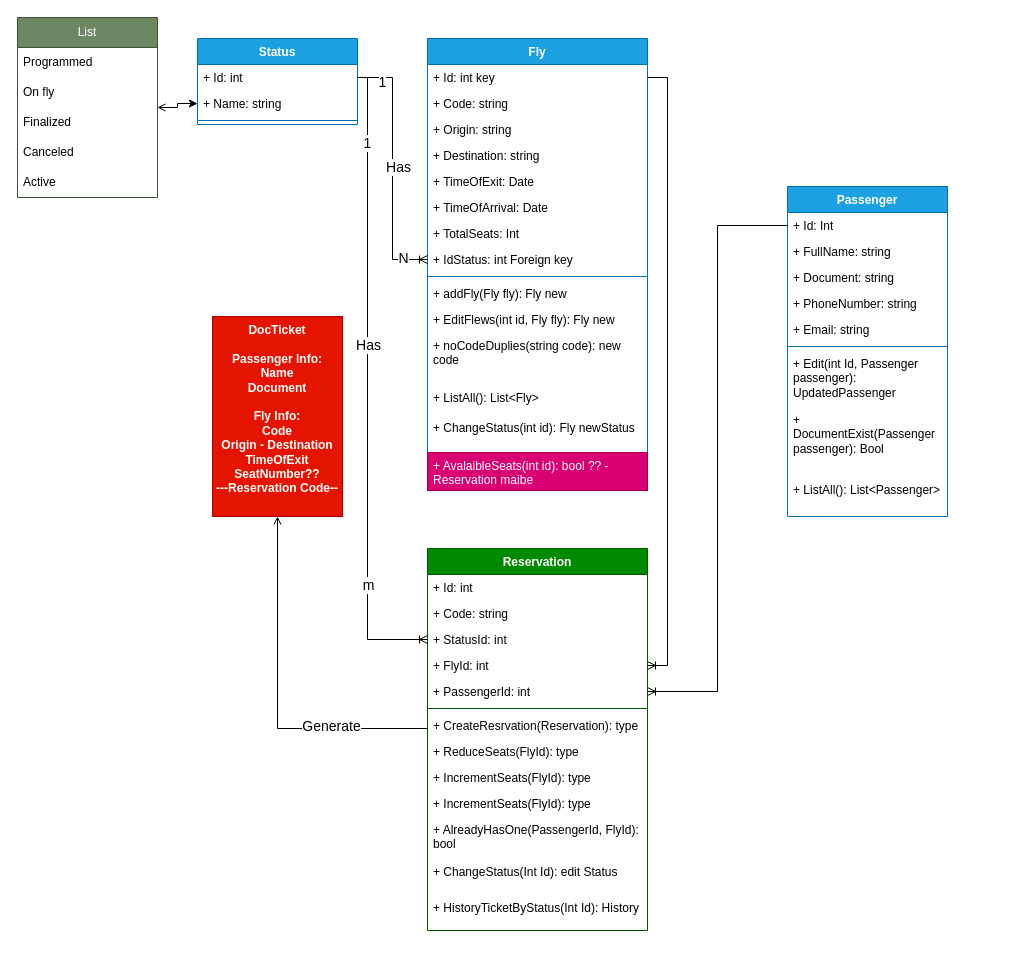
JavierDevPro/PruebaSkyTravelOn keeps this draw.io diagram as SkyTravelOn.drawio. Above is the earlier version. Source tidied: cells renumbered, new cells numbered last; positions are measured from the earlier drawing's top-left corner, leaving out a move shared by most shapes. Both pictures are drawn from the tidied source at 100%, with x=0, y=0 at pixel (17, 17).
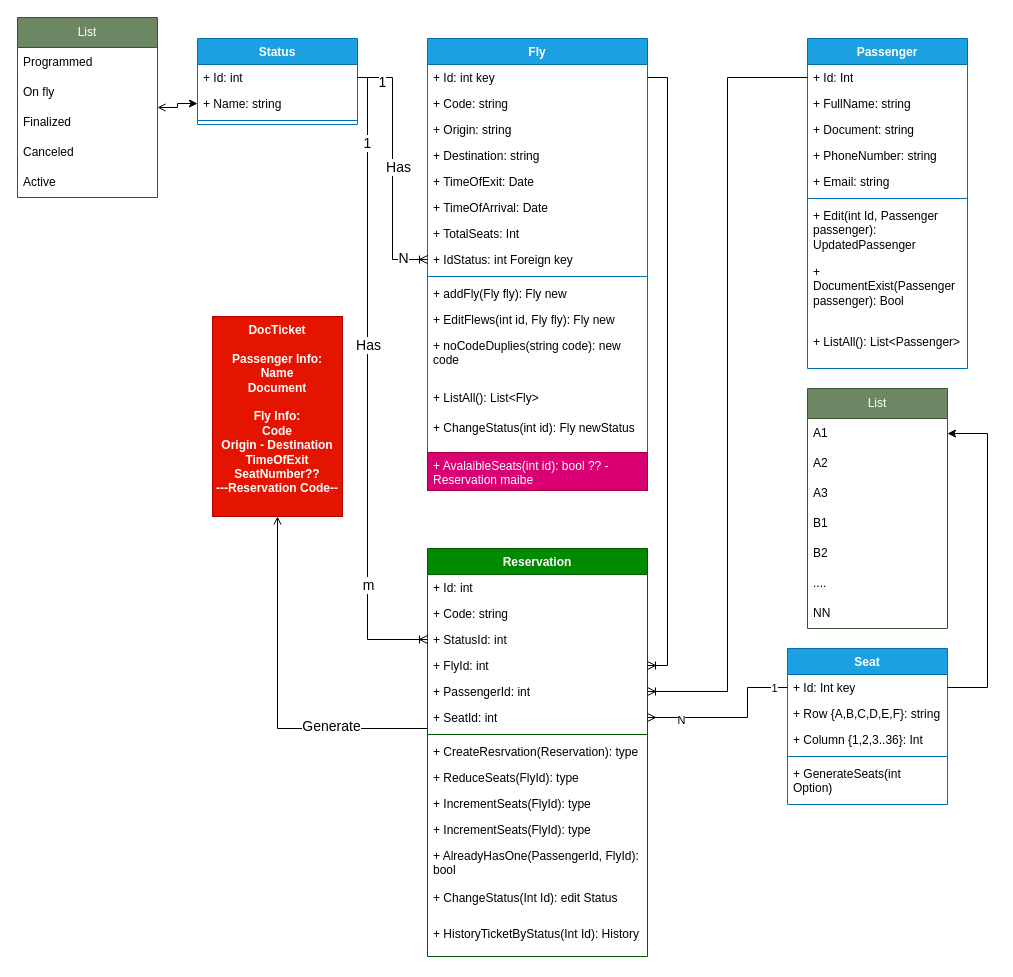
The same diagram, later.

The edit, as a diff of the source:
```diff
@@
     <mxCell id="18" value="Passenger" style="swimlane;fontStyle=1;align=center;verticalAlign=top;horizontal=1;startSize=26;whiteSpace=wrap;html=1;fillColor=#1ba1e2;fontColor=#ffffff;strokeColor=#006EAF;" parent="1" vertex="1">
-      <mxGeometry x="770" y="169" width="160" height="330" as="geometry" />
+      <mxGeometry x="790" y="21" width="160" height="330" as="geometry" />
     </mxCell>
@@
     <mxCell id="30" value="Reservation" style="swimlane;fontStyle=1;align=center;verticalAlign=top;horizontal=1;startSize=26;whiteSpace=wrap;html=1;fillColor=#008a00;fontColor=#ffffff;strokeColor=#005700;" parent="1" vertex="1">
-      <mxGeometry x="410" y="531" width="220" height="382" as="geometry" />
+      <mxGeometry x="410" y="531" width="220" height="408" as="geometry" />
     </mxCell>
@@
+    <mxCell id="66" value="+ SeatId: int" style="text;strokeColor=none;fillColor=none;align=left;verticalAlign=top;spacingLeft=4;spacingRight=4;overflow=hidden;points=[[0,0.5],[1,0.5]];portConstraint=eastwest;whiteSpace=wrap;html=1;" parent="30" vertex="1">
+      <mxGeometry y="156" width="220" height="26" as="geometry" />
+    </mxCell>
     <mxCell id="36" style="line;strokeWidth=1;fillColor=none;align=left;verticalAlign=middle;spacingTop=-1;spacingLeft=3;spacingRight=3;labelPosition=right;strokeColor=inherit;" parent="30" vertex="1">
-      <mxGeometry y="156" width="220" height="8" as="geometry" />
+      <mxGeometry y="182" width="220" height="8" as="geometry" />
     </mxCell>
     <mxCell id="37" value="+ CreateResrvation(Reservation): type" style="text;strokeColor=none;fillColor=none;align=left;verticalAlign=top;spacingLeft=4;spacingRight=4;overflow=hidden;whiteSpace=wrap;html=1;" parent="30" vertex="1">
-      <mxGeometry y="164" width="220" height="26" as="geometry" />
+      <mxGeometry y="190" width="220" height="26" as="geometry" />
     </mxCell>
     <mxCell id="38" value="+ ReduceSeats(FlyId): type" style="text;strokeColor=none;fillColor=none;align=left;verticalAlign=top;spacingLeft=4;spacingRight=4;overflow=hidden;whiteSpace=wrap;html=1;" parent="30" vertex="1">
-      <mxGeometry y="190" width="220" height="26" as="geometry" />
+      <mxGeometry y="216" width="220" height="26" as="geometry" />
     </mxCell>
     <mxCell id="39" value="+ IncrementSeats(FlyId): type" style="text;strokeColor=none;fillColor=none;align=left;verticalAlign=top;spacingLeft=4;spacingRight=4;overflow=hidden;whiteSpace=wrap;html=1;" parent="30" vertex="1">
-      <mxGeometry y="216" width="220" height="26" as="geometry" />
+      <mxGeometry y="242" width="220" height="26" as="geometry" />
     </mxCell>
     <mxCell id="40" value="+ IncrementSeats(FlyId): type" style="text;strokeColor=none;fillColor=none;align=left;verticalAlign=top;spacingLeft=4;spacingRight=4;overflow=hidden;whiteSpace=wrap;html=1;" parent="30" vertex="1">
-      <mxGeometry y="242" width="220" height="26" as="geometry" />
+      <mxGeometry y="268" width="220" height="26" as="geometry" />
     </mxCell>
     <mxCell id="41" value="+ AlreadyHasOne(PassengerId, FlyId): bool" style="text;strokeColor=none;fillColor=none;align=left;verticalAlign=top;spacingLeft=4;spacingRight=4;overflow=hidden;whiteSpace=wrap;html=1;" parent="30" vertex="1">
-      <mxGeometry y="268" width="220" height="42" as="geometry" />
+      <mxGeometry y="294" width="220" height="42" as="geometry" />
     </mxCell>
     <mxCell id="42" value="+ ChangeStatus(Int Id): edit Status" style="text;strokeColor=none;fillColor=none;align=left;verticalAlign=top;spacingLeft=4;spacingRight=4;overflow=hidden;whiteSpace=wrap;html=1;" parent="30" vertex="1">
-      <mxGeometry y="310" width="220" height="36" as="geometry" />
+      <mxGeometry y="336" width="220" height="36" as="geometry" />
     </mxCell>
     <mxCell id="43" value="+ HistoryTicketByStatus(Int Id): History" style="text;strokeColor=none;fillColor=none;align=left;verticalAlign=top;spacingLeft=4;spacingRight=4;overflow=hidden;whiteSpace=wrap;html=1;" parent="30" vertex="1">
-      <mxGeometry y="346" width="220" height="36" as="geometry" />
+      <mxGeometry y="372" width="220" height="36" as="geometry" />
     </mxCell>
@@
+    <mxCell id="67" value="Seat" style="swimlane;fontStyle=1;align=center;verticalAlign=top;horizontal=1;startSize=26;whiteSpace=wrap;html=1;fillColor=#1ba1e2;strokeColor=#006EAF;fontColor=#ffffff;" parent="1" vertex="1">
+      <mxGeometry x="770" y="631" width="160" height="156" as="geometry" />
+    </mxCell>
+    <mxCell id="68" value="+ Id: Int key" style="text;strokeColor=none;fillColor=none;align=left;verticalAlign=top;spacingLeft=4;spacingRight=4;overflow=hidden;points=[[0,0.5],[1,0.5]];portConstraint=eastwest;whiteSpace=wrap;html=1;" parent="67" vertex="1">
+      <mxGeometry y="26" width="160" height="26" as="geometry" />
+    </mxCell>
+    <mxCell id="69" value="+ Row {A,B,C,D,E,F}: string" style="text;strokeColor=none;fillColor=none;align=left;verticalAlign=top;spacingLeft=4;spacingRight=4;overflow=hidden;whiteSpace=wrap;html=1;" parent="67" vertex="1">
+      <mxGeometry y="52" width="160" height="26" as="geometry" />
+    </mxCell>
+    <mxCell id="70" value="+ Column {1,2,3..36}: Int" style="text;strokeColor=none;fillColor=none;align=left;verticalAlign=top;spacingLeft=4;spacingRight=4;overflow=hidden;whiteSpace=wrap;html=1;" parent="67" vertex="1">
+      <mxGeometry y="78" width="160" height="26" as="geometry" />
+    </mxCell>
+    <mxCell id="71" style="line;strokeWidth=1;fillColor=none;align=left;verticalAlign=middle;spacingTop=-1;spacingLeft=3;spacingRight=3;labelPosition=right;strokeColor=inherit;" parent="67" vertex="1">
+      <mxGeometry y="104" width="160" height="8" as="geometry" />
+    </mxCell>
+    <mxCell id="72" value="+ GenerateSeats(int Option)" style="text;strokeColor=none;fillColor=none;align=left;verticalAlign=top;spacingLeft=4;spacingRight=4;overflow=hidden;whiteSpace=wrap;html=1;" parent="67" vertex="1">
+      <mxGeometry y="112" width="160" height="44" as="geometry" />
+    </mxCell>
+    <mxCell id="73" value="List" style="swimlane;fontStyle=0;horizontal=1;startSize=30;whiteSpace=wrap;html=1;fillColor=#6d8764;fontColor=#ffffff;strokeColor=#3A5431;" parent="1" vertex="1">
+      <mxGeometry x="790" y="371" width="140" height="240" as="geometry" />
+    </mxCell>
+    <mxCell id="74" value="A1" style="text;strokeColor=none;fillColor=none;align=left;verticalAlign=middle;spacingLeft=4;spacingRight=4;overflow=hidden;points=[[0,0.5],[1,0.5]];portConstraint=eastwest;whiteSpace=wrap;html=1;" parent="73" vertex="1">
+      <mxGeometry y="30" width="140" height="30" as="geometry" />
+    </mxCell>
+    <mxCell id="75" value="A2" style="text;strokeColor=none;fillColor=none;align=left;verticalAlign=middle;spacingLeft=4;spacingRight=4;overflow=hidden;whiteSpace=wrap;html=1;" parent="73" vertex="1">
+      <mxGeometry y="60" width="140" height="30" as="geometry" />
+    </mxCell>
+    <mxCell id="76" value="A3" style="text;strokeColor=none;fillColor=none;align=left;verticalAlign=middle;spacingLeft=4;spacingRight=4;overflow=hidden;whiteSpace=wrap;html=1;" parent="73" vertex="1">
+      <mxGeometry y="90" width="140" height="30" as="geometry" />
+    </mxCell>
+    <mxCell id="77" value="B1" style="text;strokeColor=none;fillColor=none;align=left;verticalAlign=middle;spacingLeft=4;spacingRight=4;overflow=hidden;whiteSpace=wrap;html=1;" parent="73" vertex="1">
+      <mxGeometry y="120" width="140" height="30" as="geometry" />
+    </mxCell>
+    <mxCell id="78" value="B2" style="text;strokeColor=none;fillColor=none;align=left;verticalAlign=middle;spacingLeft=4;spacingRight=4;overflow=hidden;whiteSpace=wrap;html=1;" parent="73" vertex="1">
+      <mxGeometry y="150" width="140" height="30" as="geometry" />
+    </mxCell>
+    <mxCell id="79" value="...." style="text;strokeColor=none;fillColor=none;align=left;verticalAlign=middle;spacingLeft=4;spacingRight=4;overflow=hidden;whiteSpace=wrap;html=1;" parent="73" vertex="1">
+      <mxGeometry y="180" width="140" height="30" as="geometry" />
+    </mxCell>
+    <mxCell id="80" value="NN" style="text;strokeColor=none;fillColor=none;align=left;verticalAlign=middle;spacingLeft=4;spacingRight=4;overflow=hidden;whiteSpace=wrap;html=1;" parent="73" vertex="1">
+      <mxGeometry y="210" width="140" height="30" as="geometry" />
+    </mxCell>
+    <mxCell id="81" style="edgeStyle=orthogonalEdgeStyle;rounded=0;jettySize=auto;html=1;entryX=1;entryY=0.5;entryDx=0;entryDy=0;" parent="1" edge="1" source="68" target="74">
+      <mxGeometry relative="1" as="geometry">
+        <Array as="points">
+          <mxPoint x="970" y="670" />
+          <mxPoint x="970" y="416" />
+        </Array>
+      </mxGeometry>
+    </mxCell>
+    <mxCell id="82" style="edgeStyle=orthogonalEdgeStyle;rounded=0;jettySize=auto;html=1;entryX=1;entryY=0.5;entryDx=0;entryDy=0;exitX=0;exitY=0.5;exitDx=0;exitDy=0;endArrow=ERmany;endFill=0;" parent="1" edge="1" source="68" target="66">
+      <mxGeometry relative="1" as="geometry">
+        <Array as="points">
+          <mxPoint x="730" y="670" />
+          <mxPoint x="730" y="700" />
+        </Array>
+      </mxGeometry>
+    </mxCell>
+    <mxCell id="83" value="1" style="edgeLabel;html=1;align=center;verticalAlign=middle;" parent="82" vertex="1">
+      <mxGeometry x="-0.83" relative="1" as="geometry" />
+    </mxCell>
+    <mxCell id="84" value="N" style="edgeLabel;html=1;align=center;verticalAlign=middle;" parent="82" vertex="1">
+      <mxGeometry x="0.61" y="2" relative="1" as="geometry" />
+    </mxCell>
```
